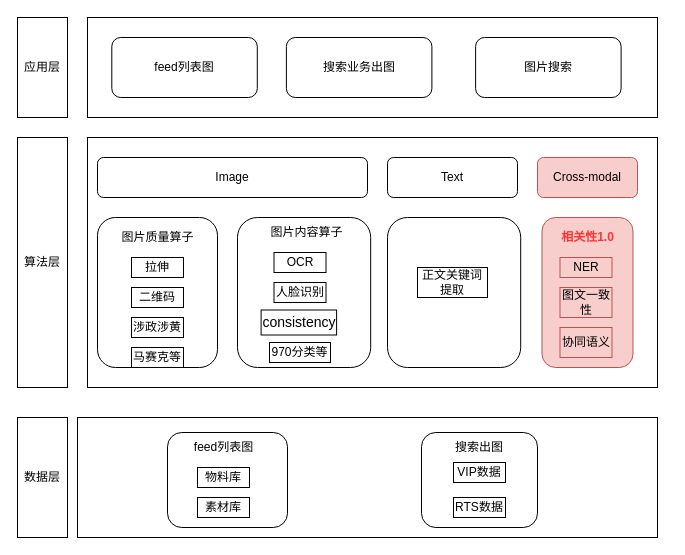
Before: Untitled Diagram.drawio in 2018liuyan/one, a draw.io diagram. Source tidied: cells renumbered, new cells numbered last; positions are measured from the earlier drawing's top-left corner, leaving out a move shared by most shapes. Both pictures are drawn from the tidied source at 100%, with x=0, y=0 at pixel (17, 17).
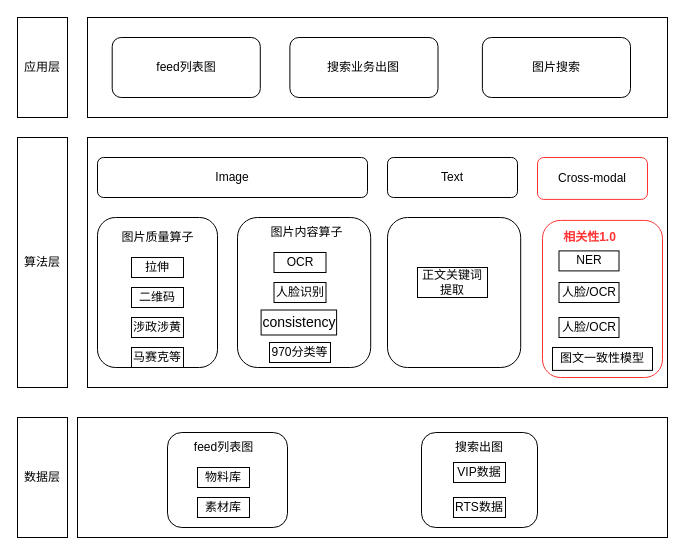
The same diagram, later.

The edit, as a diff of the source:
```diff
@@
     <mxCell id="2" style="group;" parent="1" vertex="1">
-      <mxGeometry x="70" width="570" height="100" as="geometry" />
+      <mxGeometry x="70" width="580" height="100" as="geometry" />
     </mxCell>
     <mxCell id="3" style="rounded=0;whiteSpace=wrap;html=1;" parent="2" vertex="1">
-      <mxGeometry width="570" height="100" as="geometry" />
+      <mxGeometry width="580" height="100" as="geometry" />
     </mxCell>
     <mxCell id="4" value="feed列表图" style="rounded=1;whiteSpace=wrap;html=1;" parent="2" vertex="1">
-      <mxGeometry x="24.3" y="20" width="145.5" height="60" as="geometry" />
+      <mxGeometry x="24.7" y="20" width="148.1" height="60" as="geometry" />
     </mxCell>
     <mxCell id="5" value="搜索业务出图" style="rounded=1;whiteSpace=wrap;html=1;" parent="2" vertex="1">
-      <mxGeometry x="198.9" y="20" width="145.5" height="60" as="geometry" />
+      <mxGeometry x="202.4" y="20" width="148.1" height="60" as="geometry" />
     </mxCell>
     <mxCell id="6" value="图片搜索" style="rounded=1;whiteSpace=wrap;html=1;" parent="2" vertex="1">
-      <mxGeometry x="388.1" y="20" width="145.5" height="60" as="geometry" />
+      <mxGeometry x="394.9" y="20" width="148.1" height="60" as="geometry" />
     </mxCell>
     <mxCell id="7" style="rounded=0;whiteSpace=wrap;html=1;" parent="1" vertex="1">
-      <mxGeometry x="70" y="120" width="570" height="250" as="geometry" />
+      <mxGeometry x="70" y="120" width="580" height="250" as="geometry" />
     </mxCell>
@@
     <mxCell id="29" style="group;" parent="1" vertex="1">
-      <mxGeometry x="520" y="140" width="100" height="210" as="geometry" />
+      <mxGeometry x="520" y="140" width="125" height="220" as="geometry" />
     </mxCell>
     <mxCell id="30" style="group;" parent="29" vertex="1">
-      <mxGeometry x="4.5" y="60" width="91" height="150" as="geometry" />
+      <mxGeometry x="5" y="62.9" width="120" height="157.1" as="geometry" />
     </mxCell>
-    <mxCell id="31" style="rounded=1;whiteSpace=wrap;html=1;fillColor=#f8cecc;strokeColor=#b85450;" parent="30" vertex="1">
-      <mxGeometry width="91" height="150" as="geometry" />
+    <mxCell id="31" style="rounded=1;whiteSpace=wrap;html=1;fillColor=#FFFFFF;strokeColor=#FF3333;" parent="30" vertex="1">
+      <mxGeometry width="120" height="157.1" as="geometry" />
     </mxCell>
-    <mxCell id="32" value="&lt;font color=&quot;#ff3333&quot;&gt;&lt;b&gt;相关性1.0&lt;/b&gt;&lt;/font&gt;" style="text;html=1;align=center;verticalAlign=middle;strokeColor=none;fillColor=none;" parent="30" vertex="1">
-      <mxGeometry x="10.5" y="10" width="70" height="20" as="geometry" />
+    <mxCell id="32" value="&lt;font color=&quot;#ff3333&quot;&gt;&lt;b&gt;相关性1.0&lt;/b&gt;&lt;/font&gt;" style="text;html=1;align=center;verticalAlign=middle;strokeColor=none;fillColor=none;" parent="31" vertex="1">
+      <mxGeometry x="11.6" y="7.1" width="70" height="20" as="geometry" />
     </mxCell>
+    <mxCell id="51" value="人脸/OCR" style="rounded=0;whiteSpace=wrap;html=1;strokeColor=#000000;fillColor=#FFFFFF;" parent="31" vertex="1">
+      <mxGeometry x="16.5" y="62.1" width="60" height="20" as="geometry" />
+    </mxCell>
+    <mxCell id="52" value="人脸/OCR" style="rounded=0;whiteSpace=wrap;html=1;strokeColor=#000000;fillColor=#FFFFFF;" parent="31" vertex="1">
+      <mxGeometry x="16.5" y="97.1" width="60" height="20" as="geometry" />
+    </mxCell>
+    <mxCell id="53" value="图文一致性模型" style="rounded=0;whiteSpace=wrap;html=1;strokeColor=#000000;fillColor=#FFFFFF;" parent="31" vertex="1">
+      <mxGeometry x="10" y="127.1" width="100" height="22.9" as="geometry" />
+    </mxCell>
-    <mxCell id="33" value="&lt;font color=&quot;#000000&quot;&gt;NER&lt;/font&gt;" style="rounded=0;whiteSpace=wrap;html=1;fillColor=#f8cecc;strokeColor=#b85450;" parent="30" vertex="1">
-      <mxGeometry x="18" y="40" width="52" height="20" as="geometry" />
+    <mxCell id="33" value="NER" style="rounded=0;whiteSpace=wrap;html=1;strokeColor=#000000;fillColor=#FFFFFF;" parent="30" vertex="1">
+      <mxGeometry x="16.5" y="30.5" width="60" height="20" as="geometry" />
     </mxCell>
-    <mxCell id="34" value="&lt;font color=&quot;#000000&quot;&gt;图文一致性&lt;/font&gt;" style="rounded=0;whiteSpace=wrap;html=1;fillColor=#f8cecc;strokeColor=#b85450;" parent="30" vertex="1">
-      <mxGeometry x="18" y="70" width="52" height="30" as="geometry" />
-    </mxCell>
-    <mxCell id="35" value="&lt;font color=&quot;#000000&quot;&gt;协同语义&lt;/font&gt;" style="rounded=0;whiteSpace=wrap;html=1;fillColor=#f8cecc;strokeColor=#b85450;" parent="30" vertex="1">
-      <mxGeometry x="18" y="110" width="52" height="30" as="geometry" />
-    </mxCell>
-    <mxCell id="36" value="Cross-modal" style="rounded=1;whiteSpace=wrap;html=1;fillColor=#f8cecc;strokeColor=#b85450;" parent="29" vertex="1">
-      <mxGeometry width="100" height="40" as="geometry" />
+    <mxCell id="36" value="Cross-modal" style="rounded=1;whiteSpace=wrap;html=1;fillColor=#FFFFFF;strokeColor=#FF3333;" parent="29" vertex="1">
+      <mxGeometry width="110" height="41.9" as="geometry" />
     </mxCell>
@@
     <mxCell id="39" style="rounded=0;whiteSpace=wrap;html=1;fontColor=#000000;" parent="1" vertex="1">
-      <mxGeometry x="60" y="400" width="580" height="120" as="geometry" />
+      <mxGeometry x="60" y="400" width="590" height="120" as="geometry" />
     </mxCell>
```
